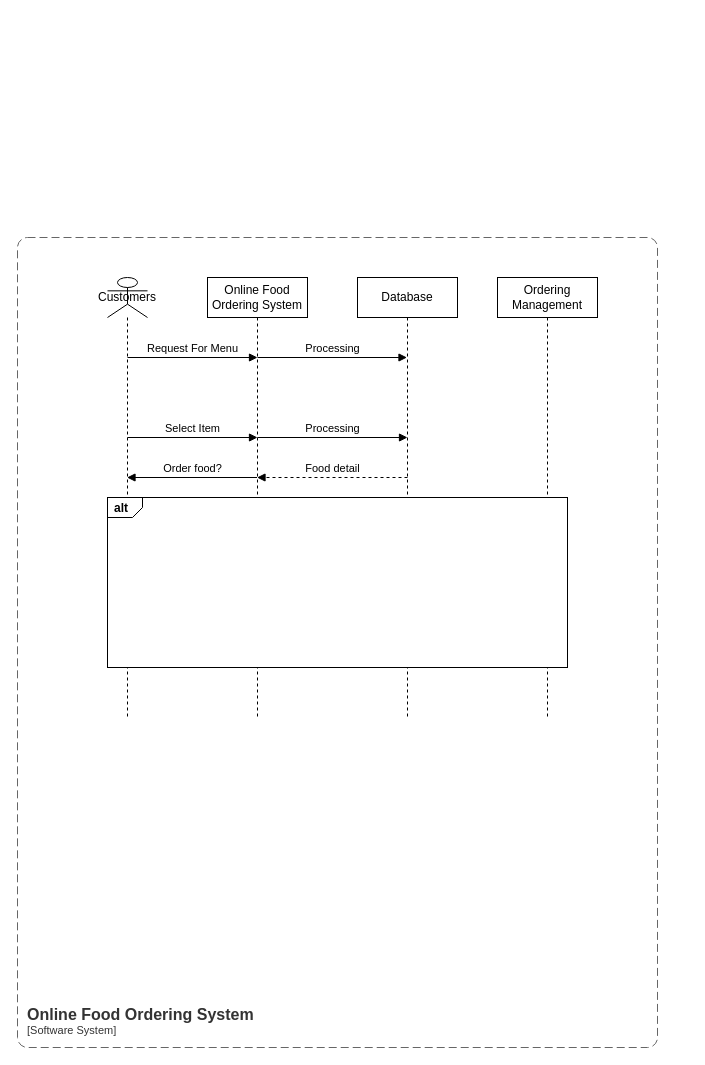
Before: Untitled Diagram.drawio in shivanidigole/PGLife, a draw.io diagram. Source tidied: cells renumbered, new cells numbered last; positions are measured from the earlier drawing's top-left corner, leaving out a move shared by most shapes. Both pictures are drawn from the tidied source at 100%, with x=0, y=0 at pixel (17, 237).
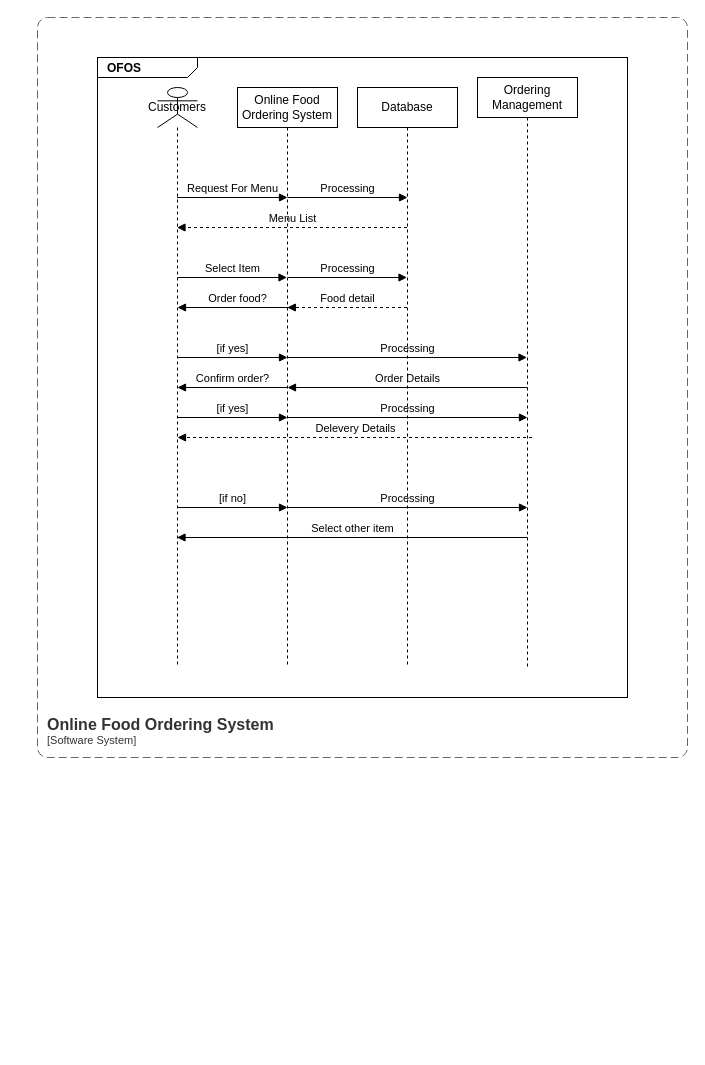
After the change.

Diff of the diagram source:
```diff
@@
     <object id="2" label="&lt;font style=&quot;font-size: 16px&quot;&gt;&lt;b&gt;&lt;div style=&quot;text-align: left&quot;&gt;%c4Name%&lt;/div&gt;&lt;/b&gt;&lt;/font&gt;&lt;div style=&quot;text-align: left&quot;&gt;[%c4Application%]&lt;/div&gt;" c4Application="Software System" c4Name="Online Food Ordering System" placeholders="1">
       <mxCell style="rounded=1;fontSize=11;whiteSpace=wrap;html=1;dashed=1;arcSize=20;fillColor=none;strokeColor=#666666;fontColor=#333333;labelBackgroundColor=none;align=left;verticalAlign=bottom;labelBorderColor=none;spacingTop=0;spacing=10;dashPattern=8 4;perimeter=rectanglePerimeter;noLabel=0;labelPadding=0;absoluteArcSize=1;" parent="1" vertex="1">
-        <mxGeometry width="640" height="810" as="geometry" />
+        <mxGeometry x="20" y="-220" width="650" height="740" as="geometry" />
       </mxCell>
     </object>
+    <mxCell id="14" value="&lt;p style=&quot;margin:0px;margin-top:4px;margin-left:10px;text-align:left;&quot;&gt;&lt;b&gt;OFOS&lt;/b&gt;&lt;/p&gt;" style="html=1;shape=mxgraph.sysml.package;labelX=100;html=1;overflow=fill;strokeWidth=1;" parent="1" vertex="1">
+      <mxGeometry x="80" y="-180" width="530" height="640" as="geometry" />
+    </mxCell>
+    <mxCell id="6" value="Customers" style="shape=umlLifeline;perimeter=lifelinePerimeter;whiteSpace=wrap;html=1;outlineConnect=0;portConstraint=eastwest;newEdgeStyle={&quot;curved&quot;:0,&quot;rounded&quot;:0};participant=umlActor;" parent="14" vertex="1">
+      <mxGeometry x="60" y="30" width="40" height="580" as="geometry" />
+    </mxCell>
+    <mxCell id="12" value="Order food?" style="html=1;verticalAlign=bottom;labelBackgroundColor=none;endArrow=block;endFill=1;rounded=0;" parent="14" edge="1">
+      <mxGeometry relative="1" as="geometry">
+        <mxPoint x="200" y="250" as="sourcePoint" />
+        <mxPoint x="80" y="250" as="targetPoint" />
+      </mxGeometry>
+    </mxCell>
+    <mxCell id="11" value="Food detail" style="html=1;verticalAlign=bottom;labelBackgroundColor=none;endArrow=block;endFill=1;dashed=1;rounded=0;" parent="14" edge="1" source="4">
+      <mxGeometry relative="1" as="geometry">
+        <mxPoint x="189.8" y="250" as="targetPoint" />
+      </mxGeometry>
+    </mxCell>
+    <mxCell id="9" value="Select Item" style="html=1;verticalAlign=bottom;labelBackgroundColor=none;endArrow=block;endFill=1;rounded=0;" parent="14" edge="1" target="3">
+      <mxGeometry relative="1" as="geometry">
+        <mxPoint x="80" y="220" as="sourcePoint" />
+      </mxGeometry>
+    </mxCell>
+    <mxCell id="15" value="Processing" style="html=1;verticalAlign=bottom;labelBackgroundColor=none;endArrow=block;endFill=1;rounded=0;" parent="14" edge="1" target="4">
+      <mxGeometry relative="1" as="geometry">
+        <mxPoint x="190.2" y="220" as="sourcePoint" />
+      </mxGeometry>
+    </mxCell>
+    <mxCell id="16" value="Confirm order?" style="html=1;verticalAlign=bottom;labelBackgroundColor=none;endArrow=block;endFill=1;rounded=0;exitX=0.5;exitY=0.5;exitDx=0;exitDy=0;exitPerimeter=0;" parent="14" edge="1">
+      <mxGeometry relative="1" as="geometry">
+        <mxPoint x="190" y="330" as="sourcePoint" />
+        <mxPoint x="80" y="330" as="targetPoint" />
+      </mxGeometry>
+    </mxCell>
+    <mxCell id="17" value="Processing" style="html=1;verticalAlign=bottom;labelBackgroundColor=none;endArrow=block;endFill=1;rounded=0;" parent="14" edge="1">
+      <mxGeometry relative="1" as="geometry">
+        <mxPoint x="190" y="450" as="sourcePoint" />
+        <mxPoint x="430" y="450" as="targetPoint" />
+      </mxGeometry>
+    </mxCell>
+    <mxCell id="18" value="[if yes]" style="html=1;verticalAlign=bottom;labelBackgroundColor=none;endArrow=block;endFill=1;rounded=0;" parent="14" edge="1">
+      <mxGeometry relative="1" as="geometry">
+        <mxPoint x="80" y="360" as="sourcePoint" />
+        <mxPoint x="190" y="360" as="targetPoint" />
+      </mxGeometry>
+    </mxCell>
+    <mxCell id="19" value="Delevery Details" style="html=1;verticalAlign=bottom;labelBackgroundColor=none;endArrow=block;endFill=1;dashed=1;rounded=0;" parent="14" edge="1">
+      <mxGeometry relative="1" as="geometry">
+        <mxPoint x="434.5" y="380" as="sourcePoint" />
+        <mxPoint x="80" y="380" as="targetPoint" />
+      </mxGeometry>
+    </mxCell>
+    <mxCell id="20" value="Processing" style="html=1;verticalAlign=bottom;labelBackgroundColor=none;endArrow=block;endFill=1;rounded=0;" parent="14" edge="1">
+      <mxGeometry relative="1" as="geometry">
+        <mxPoint x="190" y="360" as="sourcePoint" />
+        <mxPoint x="430" y="360" as="targetPoint" />
+      </mxGeometry>
+    </mxCell>
     <mxCell id="3" value="Online Food Ordering System&#9;" style="shape=umlLifeline;perimeter=lifelinePerimeter;whiteSpace=wrap;html=1;outlineConnect=0;portConstraint=eastwest;newEdgeStyle={&quot;edgeStyle&quot;:&quot;elbowEdgeStyle&quot;,&quot;elbow&quot;:&quot;vertical&quot;,&quot;curved&quot;:0,&quot;rounded&quot;:0};" parent="1" vertex="1">
-      <mxGeometry x="190" y="40" width="100" height="440" as="geometry" />
+      <mxGeometry x="220" y="-150" width="100" height="580" as="geometry" />
     </mxCell>
     <mxCell id="4" value="Database" style="shape=umlLifeline;perimeter=lifelinePerimeter;whiteSpace=wrap;html=1;outlineConnect=0;portConstraint=eastwest;newEdgeStyle={&quot;edgeStyle&quot;:&quot;elbowEdgeStyle&quot;,&quot;elbow&quot;:&quot;vertical&quot;,&quot;curved&quot;:0,&quot;rounded&quot;:0};" parent="1" vertex="1">
-      <mxGeometry x="340" y="40" width="100" height="440" as="geometry" />
+      <mxGeometry x="340" y="-150" width="100" height="580" as="geometry" />
     </mxCell>
     <mxCell id="5" value="Ordering Management" style="shape=umlLifeline;perimeter=lifelinePerimeter;whiteSpace=wrap;html=1;outlineConnect=0;portConstraint=eastwest;newEdgeStyle={&quot;edgeStyle&quot;:&quot;elbowEdgeStyle&quot;,&quot;elbow&quot;:&quot;vertical&quot;,&quot;curved&quot;:0,&quot;rounded&quot;:0};" parent="1" vertex="1">
-      <mxGeometry x="480" y="40" width="100" height="440" as="geometry" />
+      <mxGeometry x="460" y="-160" width="100" height="590" as="geometry" />
     </mxCell>
-    <mxCell id="6" value="Customers" style="shape=umlLifeline;perimeter=lifelinePerimeter;whiteSpace=wrap;html=1;outlineConnect=0;portConstraint=eastwest;newEdgeStyle={&quot;curved&quot;:0,&quot;rounded&quot;:0};participant=umlActor;" parent="1" vertex="1">
-      <mxGeometry x="90" y="40" width="40" height="440" as="geometry" />
-    </mxCell>
-    <mxCell id="7" value="Request For Menu" style="html=1;verticalAlign=bottom;labelBackgroundColor=none;endArrow=block;endFill=1;rounded=0;" parent="1" edge="1">
+    <mxCell id="7" value="Request For Menu" style="html=1;verticalAlign=bottom;labelBackgroundColor=none;endArrow=block;endFill=1;rounded=0;" parent="1" edge="1" source="6">
       <mxGeometry relative="1" as="geometry">
-        <mxPoint x="110" y="120" as="sourcePoint" />
-        <mxPoint x="240" y="120" as="targetPoint" />
+        <mxPoint x="270" y="-40" as="targetPoint" />
       </mxGeometry>
     </mxCell>
-    <mxCell id="8" value="Processing" style="html=1;verticalAlign=bottom;labelBackgroundColor=none;endArrow=block;endFill=1;rounded=0;" parent="1" edge="1" target="4">
-      <mxGeometry relative="1" as="geometry">
-        <mxPoint x="240" y="120" as="sourcePoint" />
-      </mxGeometry>
-    </mxCell>
-    <mxCell id="9" value="Select Item" style="html=1;verticalAlign=bottom;labelBackgroundColor=none;endArrow=block;endFill=1;rounded=0;" parent="1" edge="1">
-      <mxGeometry relative="1" as="geometry">
-        <mxPoint x="110" y="200" as="sourcePoint" />
-        <mxPoint x="240" y="200" as="targetPoint" />
-      </mxGeometry>
-    </mxCell>
-    <mxCell id="10" value="Processing" style="html=1;verticalAlign=bottom;labelBackgroundColor=none;endArrow=block;endFill=1;rounded=0;" parent="1" edge="1">
-      <mxGeometry relative="1" as="geometry">
-        <mxPoint x="240" y="200" as="sourcePoint" />
-        <mxPoint x="390" y="200" as="targetPoint" />
-      </mxGeometry>
-    </mxCell>
-    <mxCell id="11" value="Food detail" style="html=1;verticalAlign=bottom;labelBackgroundColor=none;endArrow=block;endFill=1;dashed=1;rounded=0;" parent="1" edge="1">
-      <mxGeometry relative="1" as="geometry">
-        <mxPoint x="390" y="240" as="sourcePoint" />
-        <mxPoint x="239.5" y="240" as="targetPoint" />
-      </mxGeometry>
-    </mxCell>
-    <mxCell id="12" value="Order food?" style="html=1;verticalAlign=bottom;labelBackgroundColor=none;endArrow=block;endFill=1;rounded=0;" parent="1" edge="1">
-      <mxGeometry relative="1" as="geometry">
-        <mxPoint x="239.5" y="240" as="sourcePoint" />
-        <mxPoint x="109.5" y="240" as="targetPoint" />
-      </mxGeometry>
-    </mxCell>
-    <mxCell id="13" value="alt" style="strokeColor=inherit;fillColor=inherit;gradientColor=inherit;html=1;shape=mxgraph.sysml.package;labelX=35;fontStyle=1;align=left;verticalAlign=top;spacingLeft=5;spacingTop=-3;" parent="1" vertex="1">
-      <mxGeometry x="90" y="260" width="460" height="170" as="geometry" />
-    </mxCell>
+    <mxCell id="21" value="Processing" style="html=1;verticalAlign=bottom;labelBackgroundColor=none;endArrow=block;endFill=1;rounded=0;" parent="1" edge="1">
+      <mxGeometry relative="1" as="geometry">
+        <mxPoint x="270" y="-40" as="sourcePoint" />
+        <mxPoint x="390" y="-40" as="targetPoint" />
+      </mxGeometry>
+    </mxCell>
+    <mxCell id="22" value="Menu List" style="html=1;verticalAlign=bottom;labelBackgroundColor=none;endArrow=block;endFill=1;dashed=1;rounded=0;" parent="1" edge="1">
+      <mxGeometry relative="1" as="geometry">
+        <mxPoint x="389.5" y="-10" as="sourcePoint" />
+        <mxPoint x="159.5" y="-10" as="targetPoint" />
+      </mxGeometry>
+    </mxCell>
+    <mxCell id="23" value="[if yes]" style="html=1;verticalAlign=bottom;labelBackgroundColor=none;endArrow=block;endFill=1;rounded=0;" parent="1" edge="1">
+      <mxGeometry relative="1" as="geometry">
+        <mxPoint x="160" y="120" as="sourcePoint" />
+        <mxPoint x="270" y="120" as="targetPoint" />
+      </mxGeometry>
+    </mxCell>
+    <mxCell id="24" value="Processing" style="html=1;verticalAlign=bottom;labelBackgroundColor=none;endArrow=block;endFill=1;rounded=0;" parent="1" edge="1" target="5">
+      <mxGeometry relative="1" as="geometry">
+        <mxPoint x="270" y="120" as="sourcePoint" />
+      </mxGeometry>
+    </mxCell>
+    <mxCell id="25" value="Order Details" style="html=1;verticalAlign=bottom;labelBackgroundColor=none;endArrow=block;endFill=1;rounded=0;" parent="1" edge="1">
+      <mxGeometry relative="1" as="geometry">
+        <mxPoint x="510" y="150" as="sourcePoint" />
+        <mxPoint x="270" y="150" as="targetPoint" />
+      </mxGeometry>
+    </mxCell>
+    <mxCell id="26" value="[if no]" style="html=1;verticalAlign=bottom;labelBackgroundColor=none;endArrow=block;endFill=1;rounded=0;" parent="1" edge="1">
+      <mxGeometry relative="1" as="geometry">
+        <mxPoint x="160" y="270" as="sourcePoint" />
+        <mxPoint x="270" y="270" as="targetPoint" />
+      </mxGeometry>
+    </mxCell>
+    <mxCell id="27" value="Select other item" style="html=1;verticalAlign=bottom;labelBackgroundColor=none;endArrow=block;endFill=1;rounded=0;" parent="1" edge="1">
+      <mxGeometry relative="1" as="geometry">
+        <mxPoint x="510" y="300" as="sourcePoint" />
+        <mxPoint x="159.5" y="300" as="targetPoint" />
+      </mxGeometry>
+    </mxCell>
```
